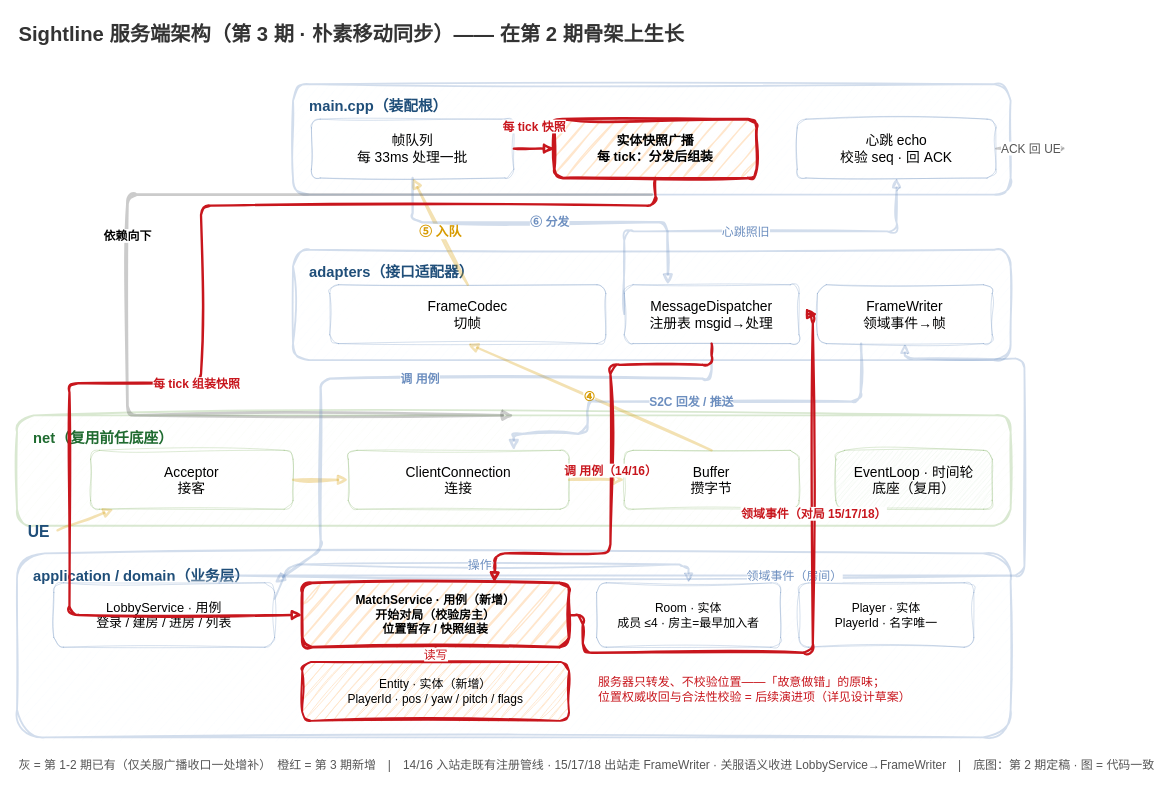
Earlier version of the draw.io diagram docs/episodes/ep03/server_architecture.drawio (x-PiXiu/Sightline). Source tidied: cells renumbered, new cells numbered last; positions are measured from the earlier drawing's top-left corner, leaving out a move shared by most shapes. Both pictures are drawn from the tidied source at 92%, with x=0, y=0 at pixel (17, 16).
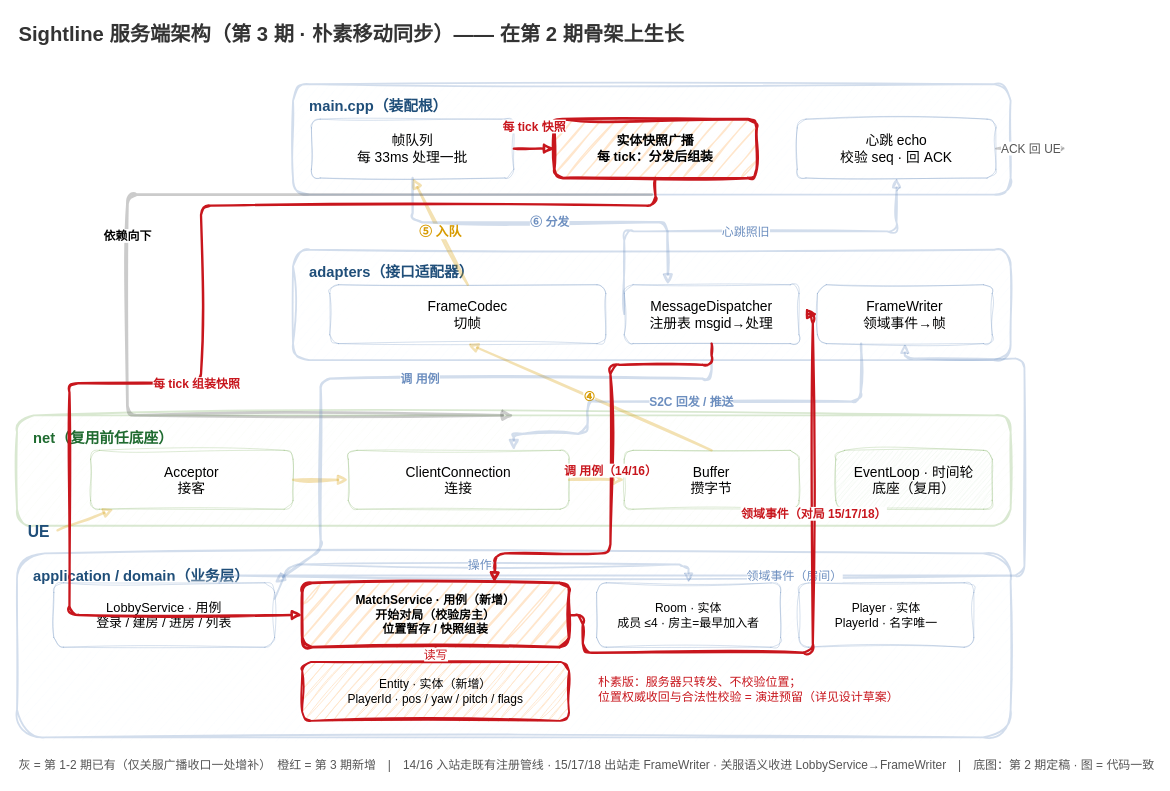
Above is the later version.

Commit message (it also covers changes not shown here):
服务端架构灯位走查 a1~a5（用户七审：39s 静态图）+主图 b_note 口径清除（故意做错→朴素版）：产线三态语义（current 红底红边+剥旧层 opacity/past 常态/future 压暗含文字）；a5 零socket 注记并入 b_match 框内文字（浮动注记三迁全压线教训——框自己说话=零碰撞）；judge 四轮全 pass

The edit, as a diff of the source:
```diff
@@
-    <mxCell id="27" value="服务器只转发、不校验位置——「故意做错」的原味；&#10;位置权威收回与合法性校验 = 后续演进项（详见设计草案）" style="text;fontSize=13;fontColor=#c8161d;align=left;sketch=1;" parent="1" vertex="1">
+    <mxCell id="27" value="朴素版：服务器只转发、不校验位置；&#10;位置权威收回与合法性校验 = 演进预留（详见设计草案）" style="text;fontSize=13;fontColor=#c8161d;align=left;sketch=1;" parent="1" vertex="1">
       <mxGeometry x="630" y="710" width="430" height="48" as="geometry" />
     </mxCell>
```
